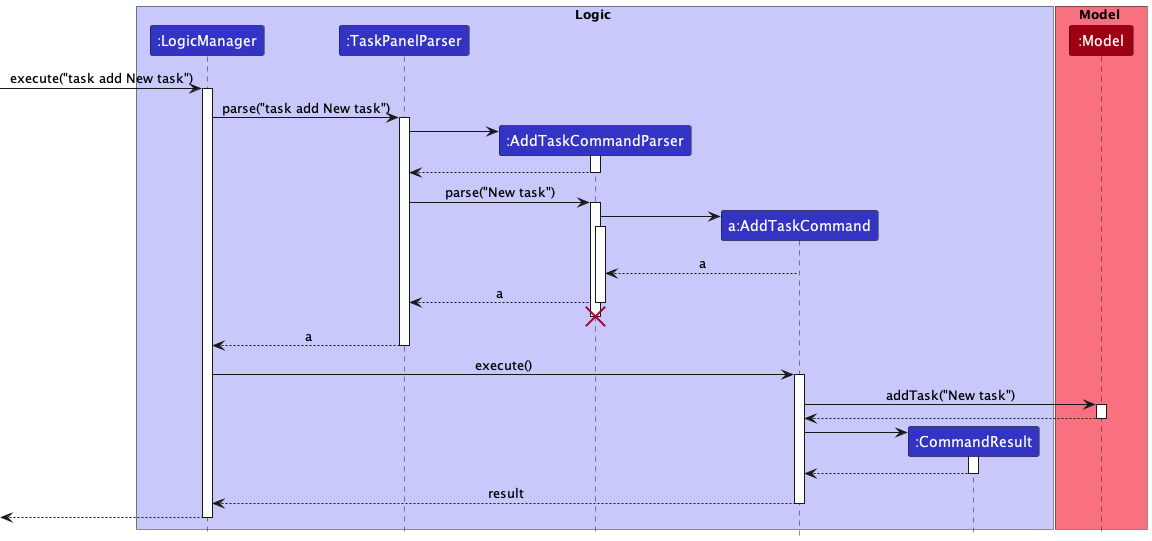
Earlier version of the PlantUML export docs/images/AddTaskSequenceDiagram.png (nus-cs2103-AY2223S1/tp).
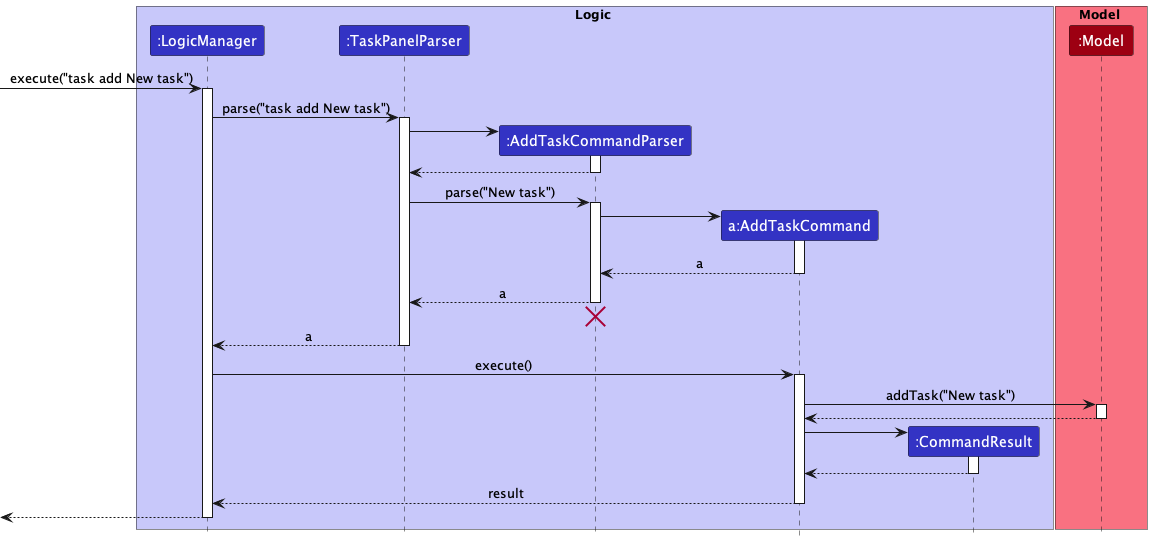
Later version of the same file.

What changed in the source:
```diff
@@ -31,8 +31,8 @@
 
 create AddTaskCommand
 AddTaskCommandParser -> AddTaskCommand
-activate AddTaskCommandParser
 
+activate AddTaskCommand
 AddTaskCommand --> AddTaskCommandParser : a
 deactivate AddTaskCommand
 
```
